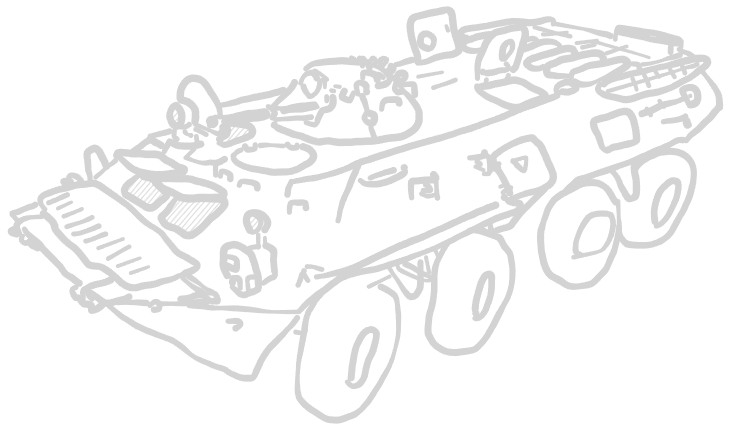
The Excalidraw diagram factions/ressources/btr80.excalidraw.png in christsven/H.E.A.T, before a commit. Source tidied: one line per element, renumbered; positions are measured from the earlier drawing's top-left corner, leaving out a move shared by most shapes.
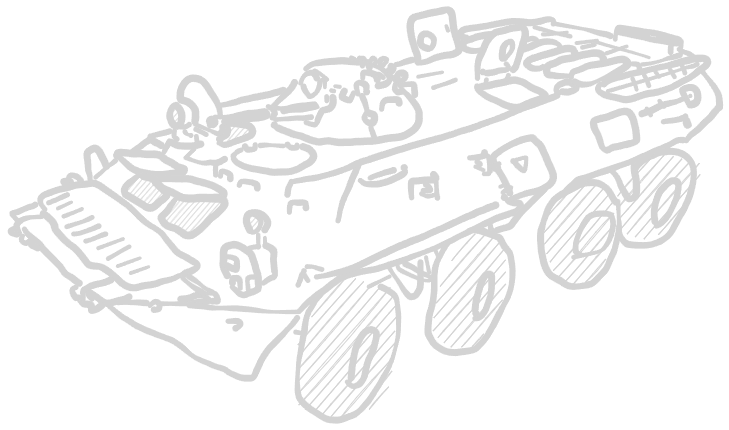
The same file after the commit.

What changed in the source:
```diff
@@ -198,3 +198,7 @@
 {"id": 197, "type": "freedraw", "strokeColor": "#1e1e1e", "strokeWidth": 1, "roughness": 1, "x": 608, "y": 191, "width": 79, "height": 104, "points": [[0, 0], [1, 26], [-2, 41], [-5, 53], [-12, 68], [-22, 79], [-31, 84], [-45, 85], [-52, 83], [-56, 80], [-64, 76], [-70, 70], [-74, 61], [-77, 46], [-77, 35], [-73, 17], [-68, 5], [-60, -5], [-55, -8], [-46, -13], [-34, -18], [-23, -19], [-11, -13], [-7, -7], [-3, 0]]}
 {"id": 198, "type": "freedraw", "strokeColor": "#1e1e1e", "strokeWidth": 1, "roughness": 1, "x": 439, "y": 231, "width": 85, "height": 123, "points": [[0, 0], [-8, 11], [-14, 24], [-15, 38], [-15, 52], [-18, 66], [-21, 77], [-22, 88], [-19, 98], [-10, 107], [1, 111], [11, 110], [27, 107], [37, 95], [44, 83], [50, 72], [61, 49], [63, 33], [61, 17], [58, 9], [51, -1], [48, -5], [44, -6], [39, -8], [31, -11], [21, -11]]}
 {"id": 199, "type": "freedraw", "strokeColor": "#1e1e1e", "strokeWidth": 1, "roughness": 1, "x": 311, "y": 284, "width": 101, "height": 133, "points": [[0, 0], [-7, 7], [-14, 20], [-16, 31], [-18, 43], [-22, 62], [-24, 85], [-24, 95], [-22, 102], [-18, 108], [-11, 115], [-1, 121], [7, 125], [16, 126], [26, 122], [42, 114], [49, 105], [58, 91], [67, 75], [75, 48], [77, 30], [77, 15], [74, 2], [68, -3], [62, -7], [60, -8]]}
+{"id": 200, "type": "freedraw", "strokeColor": "transparent", "backgroundColor": "#1e1e1e", "fillStyle": "hachure", "strokeWidth": 2, "roughness": 1, "x": 372, "y": 276, "width": 100, "height": 142, "points": [[0, 0], [-13, -3], [-26, -8], [-40, -11], [-49, -4], [-59, 8], [-68, 24], [-75, 41], [-81, 54], [-84, 66], [-84, 82], [-84, 100], [-84, 115], [-73, 125], [-52, 130], [-38, 131], [-21, 126], [-7, 118], [6, 103], [10, 82], [12, 64], [13, 45], [15, 30], [16, 20], [16, 11], [8, 1]]}
+{"id": 201, "type": "freedraw", "strokeColor": "transparent", "backgroundColor": "#1e1e1e", "fillStyle": "hachure", "strokeWidth": 2, "roughness": 1, "x": 482, "y": 227, "width": 72, "height": 115, "points": [[0, 0], [-11, -2], [-25, -4], [-31, 0], [-35, 8], [-39, 17], [-44, 33], [-51, 46], [-54, 56], [-58, 75], [-59, 88], [-57, 98], [-47, 108], [-35, 111], [-16, 109], [-8, 96], [3, 75], [10, 61], [13, 47], [13, 32], [13, 20], [11, 13], [7, 8], [3, 2], [-2, -1]]}
+{"id": 202, "type": "freedraw", "strokeColor": "transparent", "backgroundColor": "#1e1e1e", "fillStyle": "hachure", "strokeWidth": 2, "roughness": 1, "x": 554, "y": 179, "width": 71, "height": 104, "points": [[0, 0], [-6, 4], [-15, 13], [-22, 24], [-24, 37], [-22, 49], [-19, 59], [-16, 71], [-12, 82], [-9, 91], [-5, 95], [6, 97], [18, 95], [30, 84], [40, 70], [45, 55], [46, 41], [48, 23], [47, 12], [46, 6], [43, 1], [31, -6], [25, -7], [21, -7], [16, -5], [13, -3], [10, 0], [4, 1]]}
+{"id": 203, "type": "freedraw", "strokeColor": "transparent", "backgroundColor": "#1e1e1e", "fillStyle": "hachure", "strokeWidth": 2, "roughness": 1, "x": 644, "y": 143, "width": 85, "height": 85, "points": [[0, 0], [-5, 2], [-13, 6], [-22, 14], [-29, 22], [-34, 31], [-37, 39], [-37, 42], [-37, 45], [-37, 48], [-38, 55], [-38, 64], [-38, 71], [-35, 76], [-27, 81], [-17, 85], [-5, 85], [2, 82], [15, 73], [30, 55], [43, 33], [47, 14], [47, 10], [39, 8], [23, 4], [15, 1], [8, 0]]}
```
